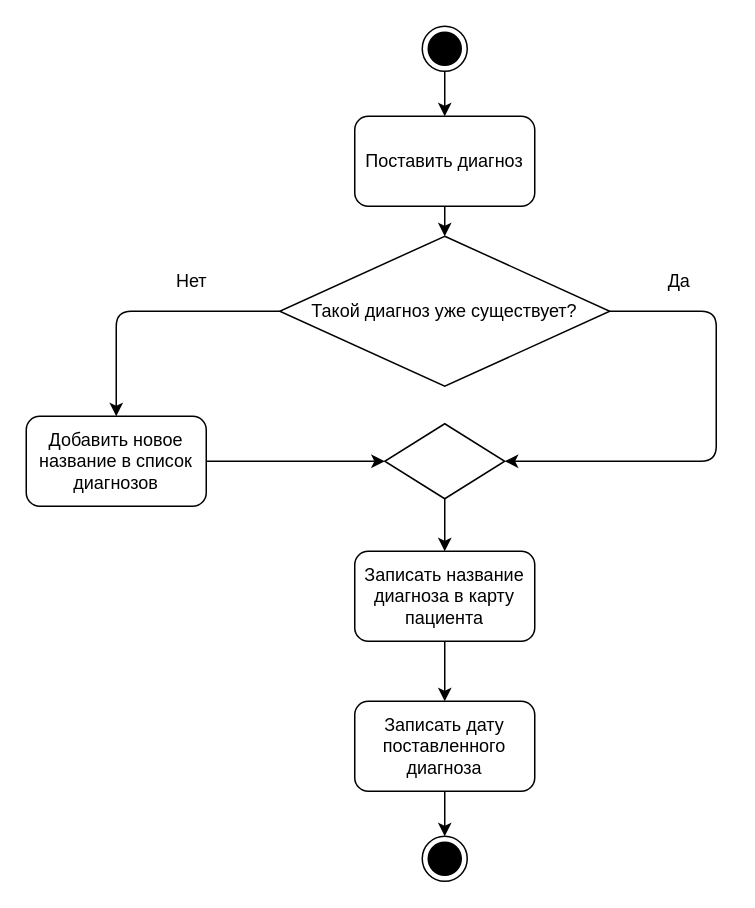
Earlier version of the draw.io diagram DAoSS/Диаграмма_активности_диагноз.drawio (VikaYakunina/lemongatorade). Source tidied: cells renumbered, new cells numbered last; positions are measured from the earlier drawing's top-left corner, leaving out a move shared by most shapes. Both pictures are drawn from the tidied source at 150%, with x=0, y=0 at pixel (26, 26).
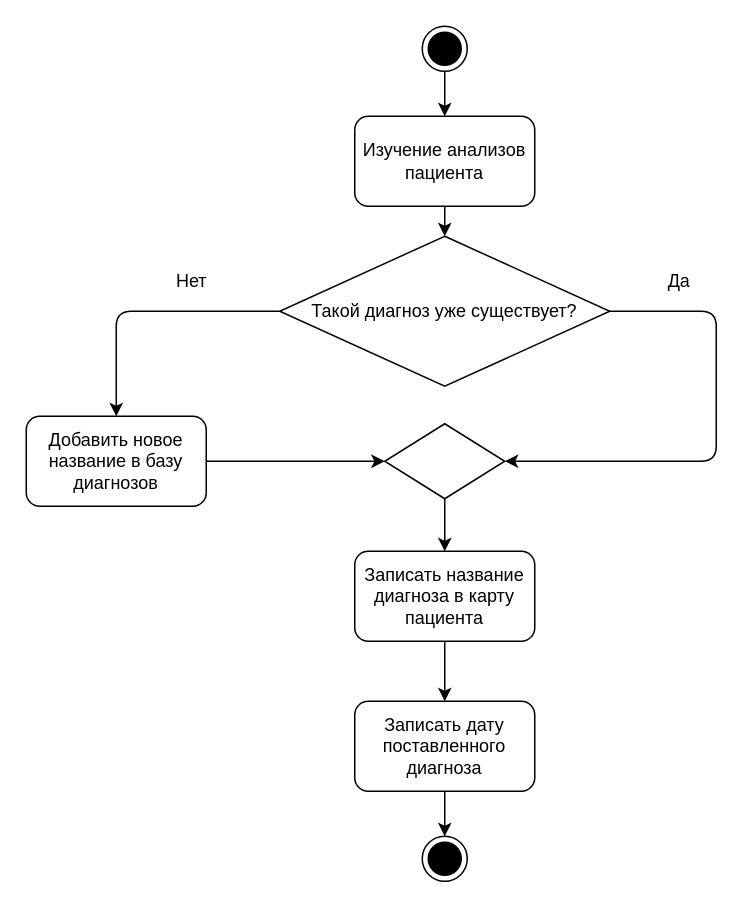
The same page after the edit.

The edit, as a diff of the source:
```diff
@@
-    <mxCell id="4" value="Поставить диагноз" style="rounded=1;whiteSpace=wrap;html=1;" parent="1" vertex="1">
+    <mxCell id="4" value="Изучение анализов пациента" style="rounded=1;whiteSpace=wrap;html=1;" parent="1" vertex="1">
       <mxGeometry x="219" y="60" width="120" height="60" as="geometry" />
     </mxCell>
@@
-    <mxCell id="11" value="Добавить новое название в список диагнозов" style="rounded=1;whiteSpace=wrap;html=1;" parent="1" vertex="1">
+    <mxCell id="11" value="Добавить новое название в базу диагнозов" style="rounded=1;whiteSpace=wrap;html=1;" parent="1" vertex="1">
       <mxGeometry y="260" width="120" height="60" as="geometry" />
     </mxCell>
```
